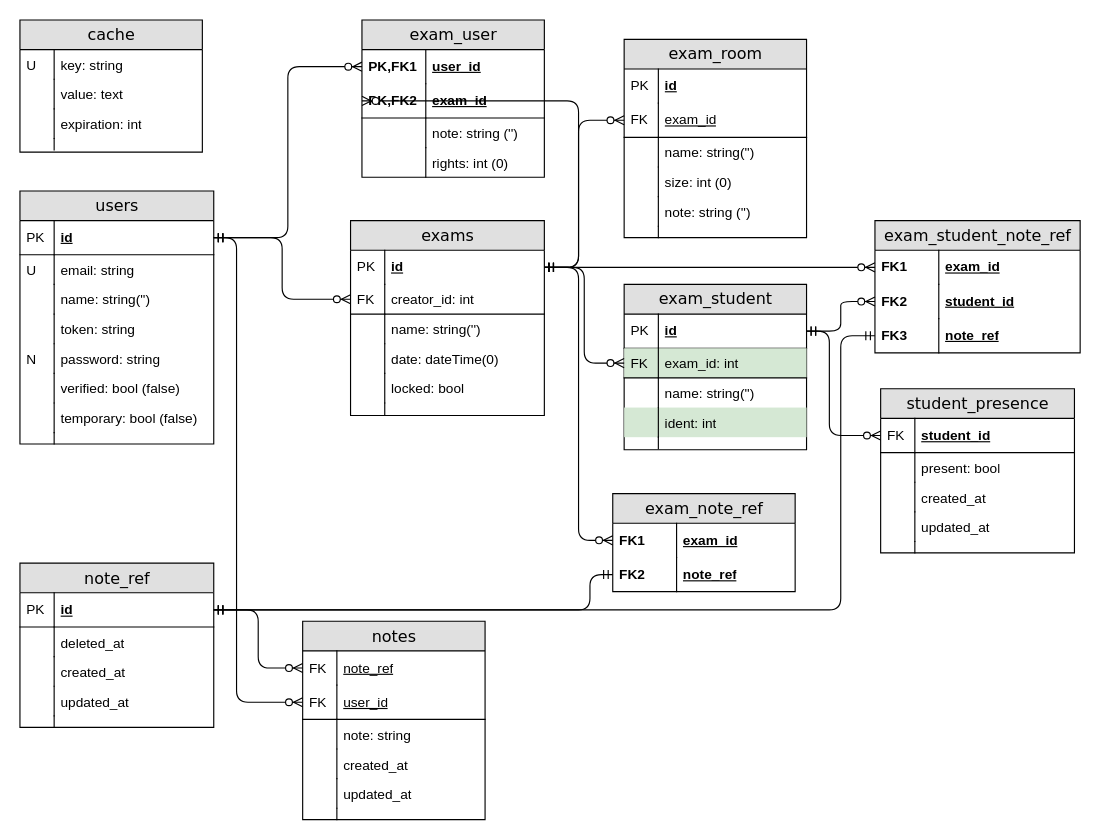
proglang/presence keeps this draw.io diagram as _docu/res/DatabaseDiagram.drawio. Above is the earlier version. Source tidied: cells renumbered, new cells numbered last; positions are measured from the earlier drawing's top-left corner, leaving out a move shared by most shapes. Both pictures are drawn from the tidied source at 114%, with x=0, y=0 at pixel (19, 19).
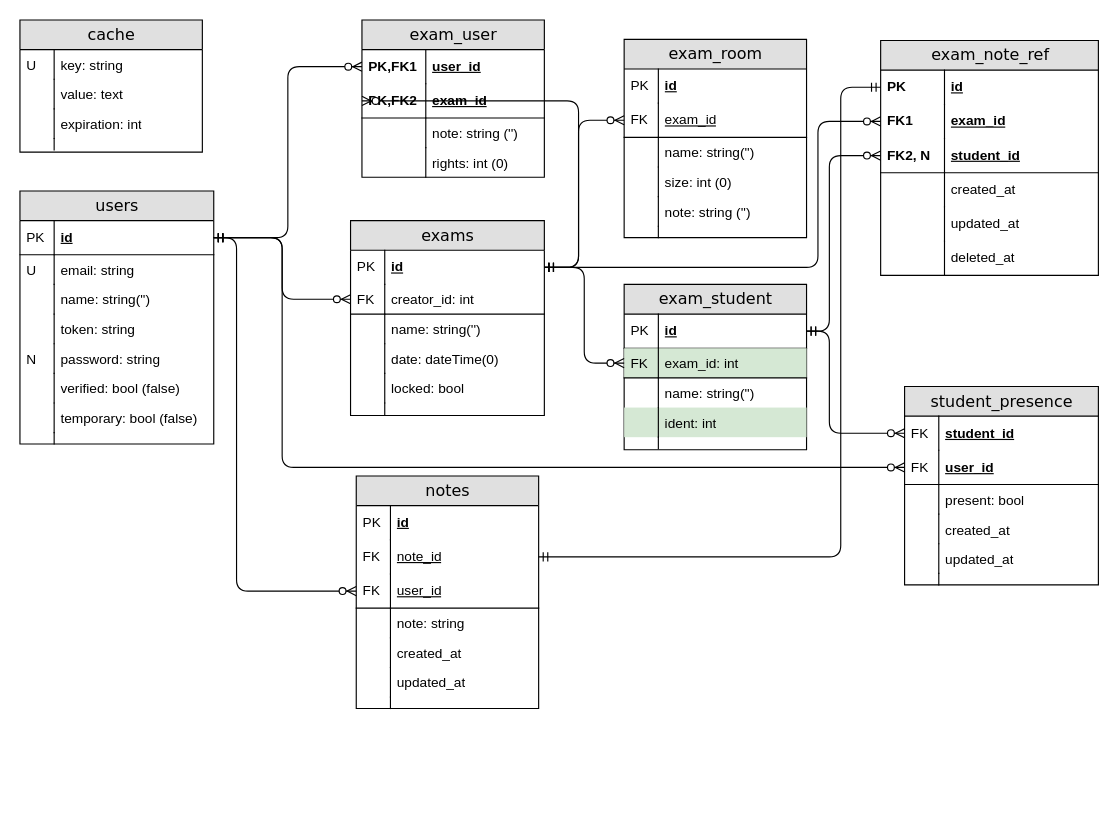
The same diagram, later.

Unchanged cells that the change refers to:
```xml
<mxCell id="30" value="id" style="shape=partialRectangle;top=0;left=0;right=0;bottom=1;html=1;align=left;verticalAlign=middle;fillColor=none;spacingLeft=34;spacingRight=4;whiteSpace=wrap;overflow=hidden;points=[[0,0.5],[1,0.5]];portConstraint=eastwest;fontStyle=5;" parent="29" vertex="1">
  <mxGeometry y="26" width="170" height="30" as="geometry" />
</mxCell>
<mxCell id="56" value="id" style="shape=partialRectangle;top=0;left=0;right=0;bottom=1;html=1;align=left;verticalAlign=middle;fillColor=none;spacingLeft=34;spacingRight=4;whiteSpace=wrap;overflow=hidden;points=[[0,0.5],[1,0.5]];portConstraint=eastwest;fontStyle=5;strokeColor=none;" parent="55" vertex="1">
  <mxGeometry y="26" width="170" height="30" as="geometry" />
</mxCell>
<mxCell id="71" value="id" style="shape=partialRectangle;top=0;left=0;right=0;bottom=1;html=1;align=left;verticalAlign=middle;fillColor=none;spacingLeft=34;spacingRight=4;whiteSpace=wrap;overflow=hidden;points=[[0,0.5],[1,0.5]];portConstraint=eastwest;fontStyle=5;" parent="70" vertex="1">
  <mxGeometry y="26" width="160" height="30" as="geometry" />
</mxCell>
```

The edit, as a diff of the source:
```diff
@@
-    <mxCell id="15" value="exam_note_ref" style="swimlane;html=1;fontStyle=0;horizontal=1;startSize=26;fillColor=#e0e0e0;swimlaneFillColor=#ffffff;align=center;rounded=0;shadow=0;comic=0;labelBackgroundColor=none;strokeColor=#000000;strokeWidth=1;fontFamily=Verdana;fontSize=14;fontColor=#000000;" parent="1" vertex="1">
-      <mxGeometry x="520" y="415.5" width="160" height="86" as="geometry" />
-    </mxCell>
-    <mxCell id="16" value="exam_id" style="shape=partialRectangle;top=0;left=0;right=0;bottom=0;html=1;align=left;verticalAlign=middle;fillColor=none;spacingLeft=60;spacingRight=4;whiteSpace=wrap;overflow=hidden;points=[[0,0.5],[1,0.5]];portConstraint=eastwest;fontStyle=5;" parent="15" vertex="1">
-      <mxGeometry y="26" width="160" height="30" as="geometry" />
-    </mxCell>
-    <mxCell id="17" value="FK1" style="shape=partialRectangle;fontStyle=1;top=0;left=0;bottom=0;html=1;fillColor=none;align=left;verticalAlign=middle;spacingLeft=4;spacingRight=4;whiteSpace=wrap;overflow=hidden;" parent="16" vertex="1">
-      <mxGeometry width="56" height="30" as="geometry" />
-    </mxCell>
-    <mxCell id="18" value="note_ref" style="shape=partialRectangle;top=0;left=0;right=0;bottom=1;html=1;align=left;verticalAlign=middle;fillColor=none;spacingLeft=60;spacingRight=4;whiteSpace=wrap;overflow=hidden;points=[[0,0.5],[1,0.5]];portConstraint=eastwest;fontStyle=5;strokeColor=none;" parent="15" vertex="1">
-      <mxGeometry y="56" width="160" height="30" as="geometry" />
-    </mxCell>
-    <mxCell id="19" value="FK2" style="shape=partialRectangle;fontStyle=1;top=0;left=0;bottom=0;html=1;fillColor=none;align=left;verticalAlign=middle;spacingLeft=4;spacingRight=4;whiteSpace=wrap;overflow=hidden;" parent="18" vertex="1">
-      <mxGeometry width="56" height="30" as="geometry" />
-    </mxCell>
@@
     <mxCell id="84" value="notes" style="swimlane;html=1;fontStyle=0;horizontal=1;startSize=26;fillColor=#e0e0e0;swimlaneFillColor=#ffffff;align=center;rounded=0;shadow=0;comic=0;labelBackgroundColor=none;strokeColor=#000000;strokeWidth=1;fontFamily=Verdana;fontSize=14;fontColor=#000000;" parent="1" vertex="1">
-      <mxGeometry x="248" y="527.5" width="160" height="174" as="geometry" />
+      <mxGeometry x="295" y="400" width="160" height="204" as="geometry" />
     </mxCell>
+    <mxCell id="98" value="id" style="shape=partialRectangle;top=0;left=0;right=0;bottom=1;html=1;align=left;verticalAlign=middle;fillColor=none;spacingLeft=34;spacingRight=4;whiteSpace=wrap;overflow=hidden;points=[[0,0.5],[1,0.5]];portConstraint=eastwest;fontStyle=5;strokeColor=none;" parent="84" vertex="1">
+      <mxGeometry y="26" width="160" height="30" as="geometry" />
+    </mxCell>
+    <mxCell id="99" value="PK" style="shape=partialRectangle;top=0;left=0;bottom=0;html=1;fillColor=none;align=left;verticalAlign=middle;spacingLeft=4;spacingRight=4;whiteSpace=wrap;overflow=hidden;" parent="98" vertex="1">
+      <mxGeometry width="30" height="30" as="geometry" />
+    </mxCell>
-    <mxCell id="85" value="&lt;span style=&quot;font-weight: normal&quot;&gt;note_ref&lt;/span&gt;" style="shape=partialRectangle;top=0;left=0;right=0;bottom=1;html=1;align=left;verticalAlign=middle;fillColor=none;spacingLeft=34;spacingRight=4;whiteSpace=wrap;overflow=hidden;points=[[0,0.5],[1,0.5]];portConstraint=eastwest;fontStyle=5;strokeColor=none;" parent="84" vertex="1">
-      <mxGeometry y="26" width="160" height="30" as="geometry" />
+    <mxCell id="85" value="&lt;span style=&quot;font-weight: normal&quot;&gt;note_id&lt;br&gt;&lt;/span&gt;" style="shape=partialRectangle;top=0;left=0;right=0;bottom=1;html=1;align=left;verticalAlign=middle;fillColor=none;spacingLeft=34;spacingRight=4;whiteSpace=wrap;overflow=hidden;points=[[0,0.5],[1,0.5]];portConstraint=eastwest;fontStyle=5;strokeColor=none;" parent="84" vertex="1">
+      <mxGeometry y="56" width="160" height="30" as="geometry" />
     </mxCell>
@@
     <mxCell id="87" value="&lt;span style=&quot;font-weight: normal&quot;&gt;user_id&lt;/span&gt;" style="shape=partialRectangle;top=0;left=0;right=0;bottom=1;html=1;align=left;verticalAlign=middle;fillColor=none;spacingLeft=34;spacingRight=4;whiteSpace=wrap;overflow=hidden;points=[[0,0.5],[1,0.5]];portConstraint=eastwest;fontStyle=5;" parent="84" vertex="1">
-      <mxGeometry y="56" width="160" height="30" as="geometry" />
+      <mxGeometry y="86" width="160" height="30" as="geometry" />
     </mxCell>
@@
     <mxCell id="89" value="note: string" style="shape=partialRectangle;top=0;left=0;right=0;bottom=0;html=1;align=left;verticalAlign=top;fillColor=none;spacingLeft=34;spacingRight=4;whiteSpace=wrap;overflow=hidden;strokeColor=none;" parent="84" vertex="1">
-      <mxGeometry y="86" width="160" height="26" as="geometry" />
+      <mxGeometry y="116" width="160" height="26" as="geometry" />
     </mxCell>
@@
     <mxCell id="91" value="created_at&lt;br&gt;" style="shape=partialRectangle;top=0;left=0;right=0;bottom=0;html=1;align=left;verticalAlign=top;fillColor=none;spacingLeft=34;spacingRight=4;whiteSpace=wrap;overflow=hidden;strokeColor=none;" parent="84" vertex="1">
-      <mxGeometry y="112" width="160" height="26" as="geometry" />
+      <mxGeometry y="142" width="160" height="26" as="geometry" />
     </mxCell>
@@
     <mxCell id="93" value="updated_at" style="shape=partialRectangle;top=0;left=0;right=0;bottom=0;html=1;align=left;verticalAlign=top;fillColor=none;spacingLeft=34;spacingRight=4;whiteSpace=wrap;overflow=hidden;strokeColor=none;" parent="84" vertex="1">
-      <mxGeometry y="138" width="160" height="26" as="geometry" />
+      <mxGeometry y="168" width="160" height="26" as="geometry" />
     </mxCell>
@@
     <mxCell id="95" style="shape=partialRectangle;top=0;left=0;right=0;bottom=0;html=1;align=left;verticalAlign=top;fillColor=none;spacingLeft=34;spacingRight=4;whiteSpace=wrap;overflow=hidden;" parent="84" vertex="1">
-      <mxGeometry y="164" width="160" height="10" as="geometry" />
+      <mxGeometry y="194" width="160" height="10" as="geometry" />
     </mxCell>
@@
-    <mxCell id="97" value="note_ref" style="swimlane;html=1;fontStyle=0;horizontal=1;startSize=26;fillColor=#e0e0e0;swimlaneFillColor=#ffffff;align=center;rounded=0;shadow=0;comic=0;labelBackgroundColor=none;strokeColor=#000000;strokeWidth=1;fontFamily=Verdana;fontSize=14;fontColor=#000000;" parent="1" vertex="1">
-      <mxGeometry y="476.5" width="170" height="144" as="geometry" />
-    </mxCell>
-    <mxCell id="98" value="id" style="shape=partialRectangle;top=0;left=0;right=0;bottom=1;html=1;align=left;verticalAlign=middle;fillColor=none;spacingLeft=34;spacingRight=4;whiteSpace=wrap;overflow=hidden;points=[[0,0.5],[1,0.5]];portConstraint=eastwest;fontStyle=5;strokeColor=#000000;" parent="97" vertex="1">
-      <mxGeometry y="26" width="170" height="30" as="geometry" />
-    </mxCell>
-    <mxCell id="99" value="PK" style="shape=partialRectangle;top=0;left=0;bottom=0;html=1;fillColor=none;align=left;verticalAlign=middle;spacingLeft=4;spacingRight=4;whiteSpace=wrap;overflow=hidden;" parent="98" vertex="1">
-      <mxGeometry width="30" height="30" as="geometry" />
-    </mxCell>
-    <mxCell id="100" value="deleted_at" style="shape=partialRectangle;top=0;left=0;right=0;bottom=0;html=1;align=left;verticalAlign=top;fillColor=none;spacingLeft=34;spacingRight=4;whiteSpace=wrap;overflow=hidden;" parent="97" vertex="1">
-      <mxGeometry y="56" width="170" height="26" as="geometry" />
-    </mxCell>
-    <mxCell id="101" style="shape=partialRectangle;top=0;left=0;bottom=0;html=1;fillColor=none;align=left;verticalAlign=top;spacingLeft=4;spacingRight=4;whiteSpace=wrap;overflow=hidden;" parent="100" vertex="1">
-      <mxGeometry width="30" height="26" as="geometry" />
-    </mxCell>
-    <mxCell id="102" value="created_at" style="shape=partialRectangle;top=0;left=0;right=0;bottom=0;html=1;align=left;verticalAlign=top;fillColor=none;spacingLeft=34;spacingRight=4;whiteSpace=wrap;overflow=hidden;" parent="97" vertex="1">
-      <mxGeometry y="82" width="170" height="26" as="geometry" />
-    </mxCell>
-    <mxCell id="103" style="shape=partialRectangle;top=0;left=0;bottom=0;html=1;fillColor=none;align=left;verticalAlign=top;spacingLeft=4;spacingRight=4;whiteSpace=wrap;overflow=hidden;" parent="102" vertex="1">
-      <mxGeometry width="30" height="26" as="geometry" />
-    </mxCell>
-    <mxCell id="104" value="updated_at" style="shape=partialRectangle;top=0;left=0;right=0;bottom=0;html=1;align=left;verticalAlign=top;fillColor=none;spacingLeft=34;spacingRight=4;whiteSpace=wrap;overflow=hidden;" parent="97" vertex="1">
-      <mxGeometry y="108" width="170" height="26" as="geometry" />
-    </mxCell>
-    <mxCell id="105" style="shape=partialRectangle;top=0;left=0;bottom=0;html=1;fillColor=none;align=left;verticalAlign=top;spacingLeft=4;spacingRight=4;whiteSpace=wrap;overflow=hidden;" parent="104" vertex="1">
-      <mxGeometry width="30" height="26" as="geometry" />
-    </mxCell>
-    <mxCell id="106" style="shape=partialRectangle;top=0;left=0;right=0;bottom=0;html=1;align=left;verticalAlign=top;fillColor=none;spacingLeft=34;spacingRight=4;whiteSpace=wrap;overflow=hidden;" parent="97" vertex="1">
-      <mxGeometry y="134" width="170" height="10" as="geometry" />
-    </mxCell>
-    <mxCell id="107" style="shape=partialRectangle;top=0;left=0;bottom=0;html=1;fillColor=none;align=left;verticalAlign=top;spacingLeft=4;spacingRight=4;whiteSpace=wrap;overflow=hidden;" parent="106" vertex="1">
-      <mxGeometry width="30" height="10" as="geometry" />
-    </mxCell>
-    <mxCell id="108" style="edgeStyle=elbowEdgeStyle;fontSize=12;html=1;endArrow=ERzeroToMany;startArrow=ERmandOne;entryX=0;entryY=0.5;entryDx=0;entryDy=0;" parent="1" edge="1" source="98" target="85">
-      <mxGeometry relative="1" as="geometry" />
-    </mxCell>
-    <mxCell id="109" style="edgeStyle=elbowEdgeStyle;fontSize=12;html=1;endArrow=ERzeroToMany;startArrow=ERmandOne;entryX=0;entryY=0.5;entryDx=0;entryDy=0;exitX=1;exitY=0.5;exitDx=0;exitDy=0;" parent="1" edge="1" source="56" target="16">
-      <mxGeometry relative="1" as="geometry">
-        <Array as="points">
-          <mxPoint x="490" y="410" />
-        </Array>
-      </mxGeometry>
-    </mxCell>
-    <mxCell id="110" style="edgeStyle=elbowEdgeStyle;fontSize=12;html=1;endArrow=ERmandOne;startArrow=ERmandOne;entryX=0;entryY=0.5;entryDx=0;entryDy=0;" parent="1" edge="1" source="98" target="18">
-      <mxGeometry relative="1" as="geometry">
-        <Array as="points">
-          <mxPoint x="500" y="490" />
-        </Array>
-      </mxGeometry>
-    </mxCell>
-    <mxCell id="111" value="exam_student_note_ref" style="swimlane;html=1;fontStyle=0;horizontal=1;startSize=26;fillColor=#e0e0e0;swimlaneFillColor=#ffffff;align=center;rounded=0;shadow=0;comic=0;labelBackgroundColor=none;strokeColor=#000000;strokeWidth=1;fontFamily=Verdana;fontSize=14;fontColor=#000000;" parent="1" vertex="1">
-      <mxGeometry x="750" y="176" width="180" height="116" as="geometry" />
+    <mxCell id="111" value="exam_note_ref" style="swimlane;html=1;fontStyle=0;horizontal=1;startSize=26;fillColor=#e0e0e0;swimlaneFillColor=#ffffff;align=center;rounded=0;shadow=0;comic=0;labelBackgroundColor=none;strokeColor=#000000;strokeWidth=1;fontFamily=Verdana;fontSize=14;fontColor=#000000;" parent="1" vertex="1">
+      <mxGeometry x="755" y="18" width="191" height="206" as="geometry" />
     </mxCell>
+    <mxCell id="116" value="id" style="shape=partialRectangle;top=0;left=0;right=0;bottom=1;html=1;align=left;verticalAlign=middle;fillColor=none;spacingLeft=60;spacingRight=4;whiteSpace=wrap;overflow=hidden;points=[[0,0.5],[1,0.5]];portConstraint=eastwest;fontStyle=5;strokeColor=none;" parent="111" vertex="1">
+      <mxGeometry y="26" width="191" height="30" as="geometry" />
+    </mxCell>
+    <mxCell id="117" value="PK" style="shape=partialRectangle;fontStyle=1;top=0;left=0;bottom=0;html=1;fillColor=none;align=left;verticalAlign=middle;spacingLeft=4;spacingRight=4;whiteSpace=wrap;overflow=hidden;" parent="116" vertex="1">
+      <mxGeometry width="56" height="30" as="geometry" />
+    </mxCell>
     <mxCell id="112" value="exam_id" style="shape=partialRectangle;top=0;left=0;right=0;bottom=0;html=1;align=left;verticalAlign=middle;fillColor=none;spacingLeft=60;spacingRight=4;whiteSpace=wrap;overflow=hidden;points=[[0,0.5],[1,0.5]];portConstraint=eastwest;fontStyle=5;" parent="111" vertex="1">
-      <mxGeometry y="26" width="180" height="30" as="geometry" />
+      <mxGeometry y="56" width="191" height="30" as="geometry" />
     </mxCell>
@@
     <mxCell id="114" value="student_id" style="shape=partialRectangle;top=0;left=0;right=0;bottom=1;html=1;align=left;verticalAlign=middle;fillColor=none;spacingLeft=60;spacingRight=4;whiteSpace=wrap;overflow=hidden;points=[[0,0.5],[1,0.5]];portConstraint=eastwest;fontStyle=5;strokeColor=none;" parent="111" vertex="1">
-      <mxGeometry y="56" width="180" height="30" as="geometry" />
+      <mxGeometry y="86" width="191" height="30" as="geometry" />
     </mxCell>
-    <mxCell id="115" value="FK2" style="shape=partialRectangle;fontStyle=1;top=0;left=0;bottom=0;html=1;fillColor=none;align=left;verticalAlign=middle;spacingLeft=4;spacingRight=4;whiteSpace=wrap;overflow=hidden;" parent="114" vertex="1">
+    <mxCell id="115" value="FK2, N" style="shape=partialRectangle;fontStyle=1;top=0;left=0;bottom=0;html=1;fillColor=none;align=left;verticalAlign=middle;spacingLeft=4;spacingRight=4;whiteSpace=wrap;overflow=hidden;" parent="114" vertex="1">
       <mxGeometry width="56" height="30" as="geometry" />
     </mxCell>
-    <mxCell id="116" value="note_ref" style="shape=partialRectangle;top=0;left=0;right=0;bottom=1;html=1;align=left;verticalAlign=middle;fillColor=none;spacingLeft=60;spacingRight=4;whiteSpace=wrap;overflow=hidden;points=[[0,0.5],[1,0.5]];portConstraint=eastwest;fontStyle=5;strokeColor=none;" parent="111" vertex="1">
-      <mxGeometry y="86" width="180" height="30" as="geometry" />
-    </mxCell>
-    <mxCell id="117" value="FK3" style="shape=partialRectangle;fontStyle=1;top=0;left=0;bottom=0;html=1;fillColor=none;align=left;verticalAlign=middle;spacingLeft=4;spacingRight=4;whiteSpace=wrap;overflow=hidden;" parent="116" vertex="1">
-      <mxGeometry width="56" height="30" as="geometry" />
-    </mxCell>
+    <mxCell id="102" value="created_at" style="shape=partialRectangle;top=1;left=0;right=0;bottom=0;html=1;align=left;verticalAlign=middle;fillColor=none;spacingLeft=60;spacingRight=4;whiteSpace=wrap;overflow=hidden;fontStyle=0;strokeColor=#000000;" parent="111" vertex="1">
+      <mxGeometry y="116" width="191" height="30" as="geometry" />
+    </mxCell>
+    <mxCell id="134" style="shape=partialRectangle;fontStyle=0;top=0;left=0;bottom=0;html=1;fillColor=none;align=left;verticalAlign=middle;spacingLeft=4;spacingRight=4;whiteSpace=wrap;overflow=hidden;" parent="102" vertex="1">
+      <mxGeometry width="56" height="30" as="geometry" />
+    </mxCell>
+    <mxCell id="104" value="updated_at" style="shape=partialRectangle;top=1;left=0;right=0;bottom=0;html=1;align=left;verticalAlign=middle;fillColor=none;spacingLeft=60;spacingRight=4;whiteSpace=wrap;overflow=hidden;fontStyle=0;strokeColor=none;" parent="111" vertex="1">
+      <mxGeometry y="146" width="191" height="30" as="geometry" />
+    </mxCell>
+    <mxCell id="135" style="shape=partialRectangle;fontStyle=0;top=0;left=0;bottom=0;html=1;fillColor=none;align=left;verticalAlign=middle;spacingLeft=4;spacingRight=4;whiteSpace=wrap;overflow=hidden;" parent="104" vertex="1">
+      <mxGeometry width="56" height="30" as="geometry" />
+    </mxCell>
+    <mxCell id="100" value="deleted_at" style="shape=partialRectangle;top=1;left=0;right=0;bottom=0;html=1;align=left;verticalAlign=middle;fillColor=none;spacingLeft=60;spacingRight=4;whiteSpace=wrap;overflow=hidden;fontStyle=0;strokeColor=none;" parent="111" vertex="1">
+      <mxGeometry y="176" width="191" height="30" as="geometry" />
+    </mxCell>
+    <mxCell id="136" style="shape=partialRectangle;fontStyle=0;top=0;left=0;bottom=0;html=1;fillColor=none;align=left;verticalAlign=middle;spacingLeft=4;spacingRight=4;whiteSpace=wrap;overflow=hidden;" parent="100" vertex="1">
+      <mxGeometry width="56" height="30" as="geometry" />
+    </mxCell>
-    <mxCell id="118" style="edgeStyle=entityRelationEdgeStyle;fontSize=12;html=1;endArrow=ERzeroToMany;startArrow=ERmandOne;entryX=0;entryY=0.5;entryDx=0;entryDy=0;exitX=1;exitY=0.5;exitDx=0;exitDy=0;" parent="1" edge="1" source="56" target="112">
-      <mxGeometry relative="1" as="geometry" />
+    <mxCell id="118" style="edgeStyle=orthogonalEdgeStyle;fontSize=12;html=1;endArrow=ERzeroToMany;startArrow=ERmandOne;entryX=0;entryY=0.5;entryDx=0;entryDy=0;exitX=1;exitY=0.5;exitDx=0;exitDy=0;" parent="1" edge="1" source="56" target="112">
+      <mxGeometry relative="1" as="geometry">
+        <Array as="points">
+          <mxPoint x="700" y="217" />
+          <mxPoint x="700" y="89" />
+        </Array>
+      </mxGeometry>
     </mxCell>
-    <mxCell id="119" style="edgeStyle=entityRelationEdgeStyle;fontSize=12;html=1;endArrow=ERzeroToMany;startArrow=ERmandOne;entryX=0;entryY=0.5;entryDx=0;entryDy=0;exitX=1;exitY=0.5;exitDx=0;exitDy=0;" parent="1" edge="1" source="71" target="114">
-      <mxGeometry relative="1" as="geometry" />
+    <mxCell id="119" style="edgeStyle=elbowEdgeStyle;fontSize=12;html=1;endArrow=ERzeroToMany;startArrow=ERmandOne;entryX=0;entryY=0.5;entryDx=0;entryDy=0;exitX=1;exitY=0.5;exitDx=0;exitDy=0;" parent="1" edge="1" source="71" target="114">
+      <mxGeometry relative="1" as="geometry">
+        <Array as="points">
+          <mxPoint x="710" y="260" />
+        </Array>
+      </mxGeometry>
     </mxCell>
-    <mxCell id="120" style="edgeStyle=elbowEdgeStyle;fontSize=12;html=1;endArrow=ERmandOne;startArrow=ERmandOne;exitX=1;exitY=0.5;exitDx=0;exitDy=0;entryX=0;entryY=0.5;entryDx=0;entryDy=0;" parent="1" edge="1" source="98" target="116">
+    <mxCell id="120" style="fontSize=12;html=1;endArrow=ERmandOne;startArrow=ERmandOne;entryX=0;entryY=0.5;entryDx=0;entryDy=0;edgeStyle=elbowEdgeStyle;" parent="1" edge="1" source="85" target="116">
       <mxGeometry relative="1" as="geometry">
         <Array as="points">
-          <mxPoint x="720" y="518" />
-          <mxPoint x="720" y="450" />
+          <mxPoint x="720" y="320" />
         </Array>
       </mxGeometry>
     </mxCell>
@@
-    <mxCell id="122" value="student_presence" style="swimlane;html=1;fontStyle=0;horizontal=1;startSize=26;fillColor=#e0e0e0;swimlaneFillColor=#ffffff;align=center;rounded=0;shadow=0;comic=0;labelBackgroundColor=none;strokeColor=#000000;strokeWidth=1;fontFamily=Verdana;fontSize=14;fontColor=#000000;" parent="1" vertex="1">
-      <mxGeometry x="755" y="323.5" width="170" height="144" as="geometry" />
+    <mxCell id="122" value="student_presence" style="swimlane;html=1;fontStyle=0;horizontal=1;startSize=26;fillColor=#e0e0e0;swimlaneFillColor=#ffffff;align=center;rounded=0;shadow=0;comic=0;labelBackgroundColor=none;strokeColor=#000000;strokeWidth=1;fontFamily=Verdana;fontSize=14;fontColor=#000000;swimlaneLine=1;" parent="1" vertex="1">
+      <mxGeometry x="776" y="321.5" width="170" height="174" as="geometry" />
     </mxCell>
-    <mxCell id="123" value="student_id" style="shape=partialRectangle;top=0;left=0;right=0;bottom=1;html=1;align=left;verticalAlign=middle;fillColor=none;spacingLeft=34;spacingRight=4;whiteSpace=wrap;overflow=hidden;points=[[0,0.5],[1,0.5]];portConstraint=eastwest;fontStyle=5;strokeColor=#000000;" parent="122" vertex="1">
+    <mxCell id="123" value="student_id" style="shape=partialRectangle;top=0;left=0;right=0;bottom=1;html=1;align=left;verticalAlign=middle;fillColor=none;spacingLeft=34;spacingRight=4;whiteSpace=wrap;overflow=hidden;points=[[0,0.5],[1,0.5]];portConstraint=eastwest;fontStyle=5;strokeColor=none;" parent="122" vertex="1">
       <mxGeometry y="26" width="170" height="30" as="geometry" />
     </mxCell>
@@
+    <mxCell id="137" value="user_id" style="shape=partialRectangle;top=0;left=0;right=0;bottom=1;html=1;align=left;verticalAlign=middle;fillColor=none;spacingLeft=34;spacingRight=4;whiteSpace=wrap;overflow=hidden;points=[[0,0.5],[1,0.5]];portConstraint=eastwest;fontStyle=5;strokeColor=none;" parent="122" vertex="1">
+      <mxGeometry y="56" width="170" height="30" as="geometry" />
+    </mxCell>
+    <mxCell id="138" value="FK" style="shape=partialRectangle;top=0;left=0;bottom=0;html=1;fillColor=none;align=left;verticalAlign=middle;spacingLeft=4;spacingRight=4;whiteSpace=wrap;overflow=hidden;" parent="137" vertex="1">
+      <mxGeometry width="30" height="30" as="geometry" />
+    </mxCell>
-    <mxCell id="125" value="present: bool" style="shape=partialRectangle;top=0;left=0;right=0;bottom=0;html=1;align=left;verticalAlign=top;fillColor=none;spacingLeft=34;spacingRight=4;whiteSpace=wrap;overflow=hidden;" parent="122" vertex="1">
-      <mxGeometry y="56" width="170" height="26" as="geometry" />
+    <mxCell id="125" value="present: bool" style="shape=partialRectangle;top=1;left=0;right=0;bottom=0;html=1;align=left;verticalAlign=top;fillColor=none;spacingLeft=34;spacingRight=4;whiteSpace=wrap;overflow=hidden;strokeColor=#000000;" parent="122" vertex="1">
+      <mxGeometry y="86" width="170" height="26" as="geometry" />
     </mxCell>
@@
     <mxCell id="127" value="created_at" style="shape=partialRectangle;top=0;left=0;right=0;bottom=0;html=1;align=left;verticalAlign=top;fillColor=none;spacingLeft=34;spacingRight=4;whiteSpace=wrap;overflow=hidden;" parent="122" vertex="1">
-      <mxGeometry y="82" width="170" height="26" as="geometry" />
+      <mxGeometry y="112" width="170" height="26" as="geometry" />
     </mxCell>
@@
     <mxCell id="129" value="updated_at" style="shape=partialRectangle;top=0;left=0;right=0;bottom=0;html=1;align=left;verticalAlign=top;fillColor=none;spacingLeft=34;spacingRight=4;whiteSpace=wrap;overflow=hidden;" parent="122" vertex="1">
-      <mxGeometry y="108" width="170" height="26" as="geometry" />
+      <mxGeometry y="138" width="170" height="26" as="geometry" />
     </mxCell>
@@
     <mxCell id="131" style="shape=partialRectangle;top=0;left=0;right=0;bottom=0;html=1;align=left;verticalAlign=top;fillColor=none;spacingLeft=34;spacingRight=4;whiteSpace=wrap;overflow=hidden;" parent="122" vertex="1">
-      <mxGeometry y="134" width="170" height="10" as="geometry" />
+      <mxGeometry y="164" width="170" height="10" as="geometry" />
     </mxCell>
@@
+    <mxCell id="139" style="edgeStyle=elbowEdgeStyle;fontSize=12;html=1;endArrow=ERzeroToMany;startArrow=ERmandOne;exitX=1;exitY=0.5;exitDx=0;exitDy=0;entryX=0;entryY=0.5;entryDx=0;entryDy=0;" parent="1" edge="1" source="30" target="137">
+      <mxGeometry relative="1" as="geometry">
+        <Array as="points">
+          <mxPoint x="230" y="370" />
+          <mxPoint x="210" y="340" />
+        </Array>
+      </mxGeometry>
+    </mxCell>
```
